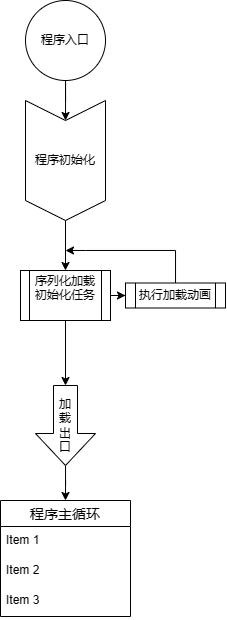
This is 游戏框架/未命名绘图.drawio.png from AliceAuto/-Funcode-, a draw.io export, as it was before one commit. Source tidied: cells renumbered, new cells last; positions are measured from the earlier drawing's top-left corner, leaving out a move shared by most shapes.
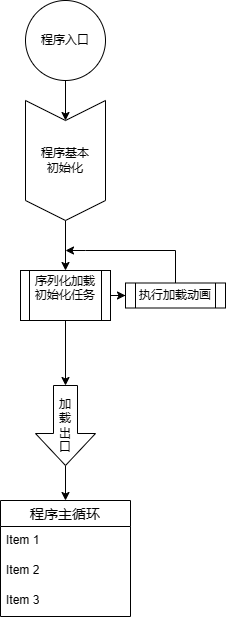
Above is the later version.

Commit message:
更新未命名绘图.drawio.png

Diff of the diagram source:
```diff
@@ -11,7 +11,7 @@
     <mxCell id="4" style="edgeStyle=orthogonalEdgeStyle;rounded=0;jettySize=auto;html=1;" parent="1" edge="1" source="5" target="8">
       <mxGeometry relative="1" as="geometry" />
     </mxCell>
-    <mxCell id="5" value="程序初始化" style="shape=step;perimeter=stepPerimeter;whiteSpace=wrap;html=1;fixedSize=1;rounded=0;direction=south;" parent="1" vertex="1">
+    <mxCell id="5" value="程序基本&lt;div&gt;初始化&lt;/div&gt;" style="shape=step;perimeter=stepPerimeter;whiteSpace=wrap;html=1;fixedSize=1;rounded=0;direction=south;" parent="1" vertex="1">
       <mxGeometry x="25" y="100" width="80" height="120" as="geometry" />
     </mxCell>
     <mxCell id="6" style="edgeStyle=orthogonalEdgeStyle;rounded=0;jettySize=auto;html=1;" parent="1" edge="1" source="8" target="9">
```
